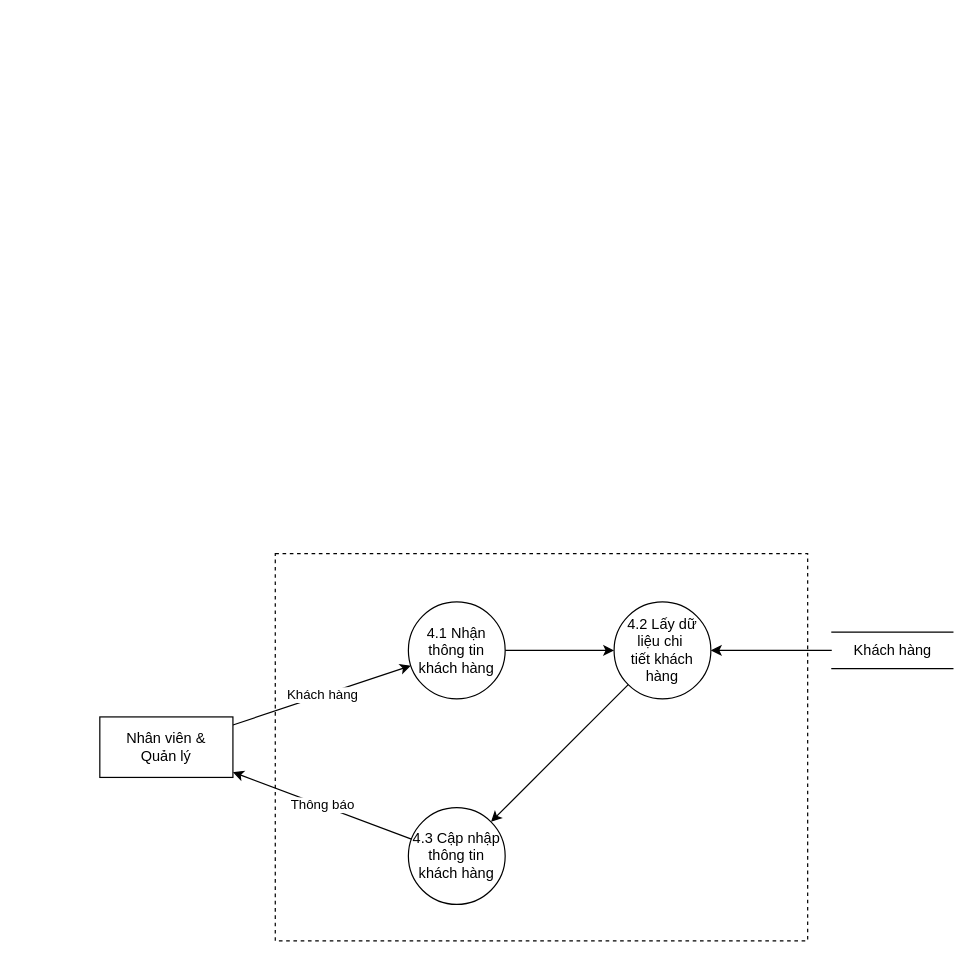
Before: page "DFD Mức 2 - 4" (9 of 13) of Document/ĐồÁn/Diagram/Sơ đồ chức năng ministore.drawio in EdgarIgnite16/HTTTDN-Project, a draw.io diagram. Source tidied: cells renumbered, new cells numbered last; positions are measured from the earlier drawing's top-left corner, leaving out a move shared by most shapes. Both pictures are drawn from the tidied source at 121%, with x=0, y=0 at pixel (99, 553).
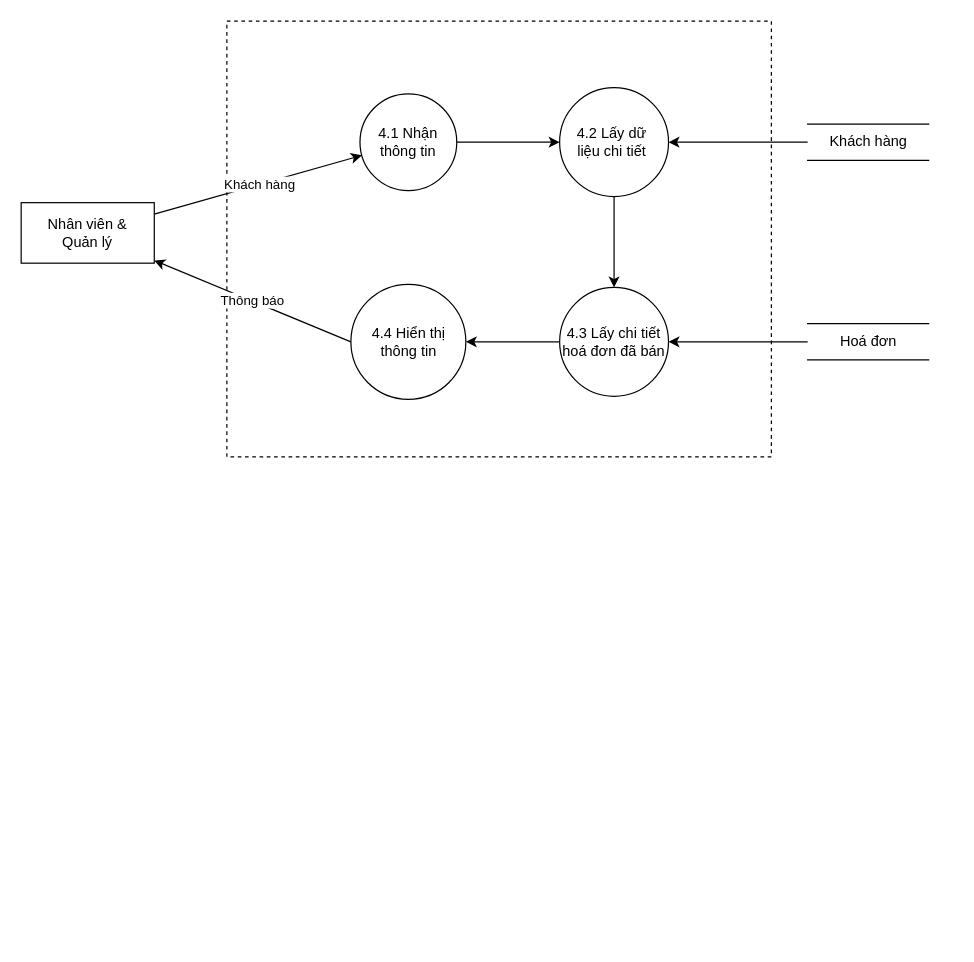
After the change.

What changed in the source:
```diff
@@
 <mxGraphModel>
   <root>
     <mxCell id="0" />
     <mxCell id="1" parent="0" />
-    <mxCell id="2" style="rounded=0;whiteSpace=wrap;html=1;fontFamily=Helvetica;fontSize=12;dashed=1;" parent="1" vertex="1">
-      <mxGeometry x="145" width="440" height="320" as="geometry" />
-    </mxCell>
-    <mxCell id="3" style="edgeStyle=orthogonalEdgeStyle;rounded=0;jettySize=auto;html=1;" parent="1" edge="1" source="4" target="10">
-      <mxGeometry relative="1" as="geometry" />
-    </mxCell>
-    <mxCell id="4" value="4.1 Nhận&lt;div&gt;thông tin&lt;/div&gt;&lt;div&gt;khách hàng&lt;/div&gt;" style="ellipse;whiteSpace=wrap;html=1;fontFamily=Helvetica;" parent="1" vertex="1">
-      <mxGeometry x="255" y="40" width="80" height="80" as="geometry" />
-    </mxCell>
+    <mxCell id="13" style="rounded=0;whiteSpace=wrap;html=1;fontFamily=Helvetica;fontSize=12;dashed=1;" parent="1" vertex="1">
+      <mxGeometry x="105" y="-440" width="450" height="360" as="geometry" />
+    </mxCell>
+    <mxCell id="14" style="edgeStyle=orthogonalEdgeStyle;rounded=0;jettySize=auto;html=1;entryX=0;entryY=0.5;entryDx=0;entryDy=0;" parent="1" edge="1" source="15" target="17">
+      <mxGeometry relative="1" as="geometry" />
+    </mxCell>
+    <mxCell id="15" value="4.1 Nhận thông tin" style="ellipse;whiteSpace=wrap;html=1;fontFamily=Helvetica;" parent="1" vertex="1">
+      <mxGeometry x="215" y="-380" width="80" height="80" as="geometry" />
+    </mxCell>
-    <mxCell id="5" value="Khách hàng" style="rounded=0;jettySize=auto;html=1;" parent="1" edge="1" source="6" target="4">
-      <mxGeometry relative="1" as="geometry" />
+    <mxCell id="5" value="Khách hàng" style="rounded=0;jettySize=auto;html=1;" parent="1" edge="1" source="6" target="15">
+      <mxGeometry x="0.01" relative="1" as="geometry" />
     </mxCell>
-    <mxCell id="6" value="Nhân viên &amp;amp;&lt;div&gt;&lt;span style=&quot;background-color: initial;&quot;&gt;Quản lý&lt;/span&gt;&lt;br&gt;&lt;/div&gt;" style="html=1;whiteSpace=wrap;" parent="1" vertex="1">
-      <mxGeometry y="135" width="110" height="50" as="geometry" />
+    <mxCell id="6" value="Nhân viên &amp;amp;&lt;br&gt;Quản lý" style="html=1;whiteSpace=wrap;" parent="1" vertex="1">
+      <mxGeometry x="-65" y="-290" width="110" height="50" as="geometry" />
     </mxCell>
-    <mxCell id="7" style="edgeStyle=orthogonalEdgeStyle;rounded=0;jettySize=auto;html=1;" parent="1" edge="1" source="8" target="10">
-      <mxGeometry relative="1" as="geometry" />
-    </mxCell>
+    <mxCell id="11" value="Thông báo" style="rounded=0;jettySize=auto;html=1;exitX=0;exitY=0.5;exitDx=0;exitDy=0;" parent="1" edge="1" source="18" target="6">
+      <mxGeometry relative="1" as="geometry" />
+    </mxCell>
     <mxCell id="8" value="Khách hàng" style="html=1;dashed=0;whitespace=wrap;shape=partialRectangle;right=0;left=0;fontFamily=Helvetica;" parent="1" vertex="1">
-      <mxGeometry x="605" y="65" width="100" height="30" as="geometry" />
+      <mxGeometry x="585" y="-355" width="100" height="30" as="geometry" />
     </mxCell>
-    <mxCell id="9" style="rounded=0;jettySize=auto;html=1;" parent="1" edge="1" source="10" target="12">
-      <mxGeometry relative="1" as="geometry" />
-    </mxCell>
-    <mxCell id="10" value="4.2 Lấy dữ liệu chi&amp;nbsp;&lt;div&gt;tiết khách hàng&lt;/div&gt;" style="ellipse;whiteSpace=wrap;html=1;fontFamily=Helvetica;" parent="1" vertex="1">
-      <mxGeometry x="425" y="40" width="80" height="80" as="geometry" />
-    </mxCell>
-    <mxCell id="11" value="Thông báo" style="rounded=0;jettySize=auto;html=1;" parent="1" edge="1" source="12" target="6">
-      <mxGeometry relative="1" as="geometry" />
-    </mxCell>
-    <mxCell id="12" value="4.3 Cập nhập thông tin khách hàng" style="ellipse;whiteSpace=wrap;html=1;fontFamily=Helvetica;" parent="1" vertex="1">
-      <mxGeometry x="255" y="210" width="80" height="80" as="geometry" />
-    </mxCell>
+    <mxCell id="16" style="rounded=0;jettySize=auto;html=1;" parent="1" edge="1" source="17" target="21">
+      <mxGeometry relative="1" as="geometry" />
+    </mxCell>
+    <mxCell id="17" value="4.2 Lấy dữ&amp;nbsp;&lt;div&gt;liệu chi tiết&amp;nbsp;&lt;/div&gt;" style="ellipse;whiteSpace=wrap;html=1;fontFamily=Helvetica;" parent="1" vertex="1">
+      <mxGeometry x="380" y="-385" width="90" height="90" as="geometry" />
+    </mxCell>
+    <mxCell id="18" value="4.4 Hiển thị thông tin" style="ellipse;whiteSpace=wrap;html=1;fontFamily=Helvetica;" parent="1" vertex="1">
+      <mxGeometry x="207.5" y="-222.5" width="95" height="95" as="geometry" />
+    </mxCell>
+    <mxCell id="19" style="edgeStyle=orthogonalEdgeStyle;rounded=0;jettySize=auto;html=1;exitX=0;exitY=0.5;exitDx=0;exitDy=0;entryX=1;entryY=0.5;entryDx=0;entryDy=0;" parent="1" edge="1" source="8" target="17">
+      <mxGeometry relative="1" as="geometry" />
+    </mxCell>
+    <mxCell id="20" style="edgeStyle=orthogonalEdgeStyle;rounded=0;jettySize=auto;html=1;" parent="1" edge="1" source="21" target="18">
+      <mxGeometry relative="1" as="geometry" />
+    </mxCell>
+    <mxCell id="21" value="4.3 Lấy chi tiết&lt;div&gt;hoá đơn đã bán&lt;/div&gt;" style="ellipse;whiteSpace=wrap;html=1;fontFamily=Helvetica;" parent="1" vertex="1">
+      <mxGeometry x="380" y="-220" width="90" height="90" as="geometry" />
+    </mxCell>
+    <mxCell id="22" value="Hoá đơn" style="html=1;dashed=0;whitespace=wrap;shape=partialRectangle;right=0;left=0;fontFamily=Helvetica;" parent="1" vertex="1">
+      <mxGeometry x="585" y="-190" width="100" height="30" as="geometry" />
+    </mxCell>
+    <mxCell id="23" style="edgeStyle=orthogonalEdgeStyle;rounded=0;jettySize=auto;html=1;" parent="1" edge="1" source="22" target="21">
+      <mxGeometry relative="1" as="geometry" />
+    </mxCell>
   </root>
 </mxGraphModel>
```
